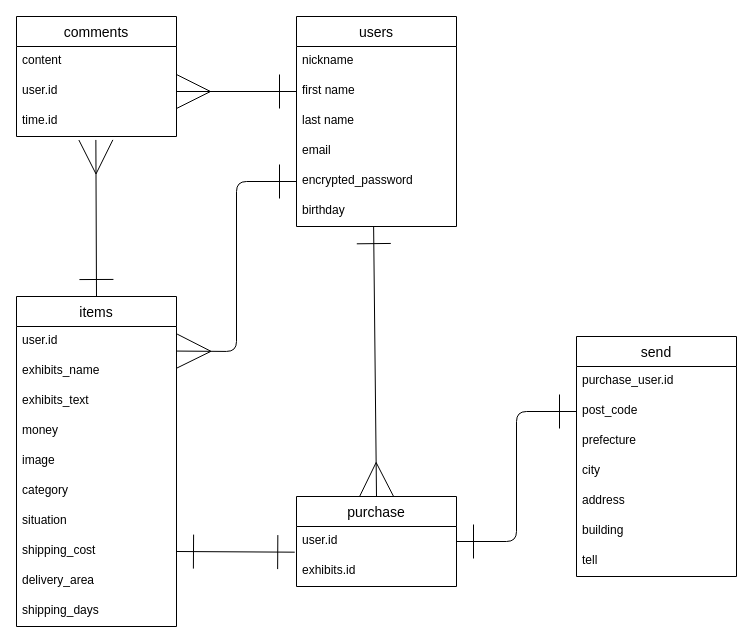
uratatamotsu/furima-38019 keeps this draw.io diagram as furima-38019.dio. Above is the earlier version. Source tidied: cells renumbered, new cells numbered last; positions are measured from the earlier drawing's top-left corner, leaving out a move shared by most shapes. Both pictures are drawn from the tidied source at 100%, with x=0, y=0 at pixel (16, 16).
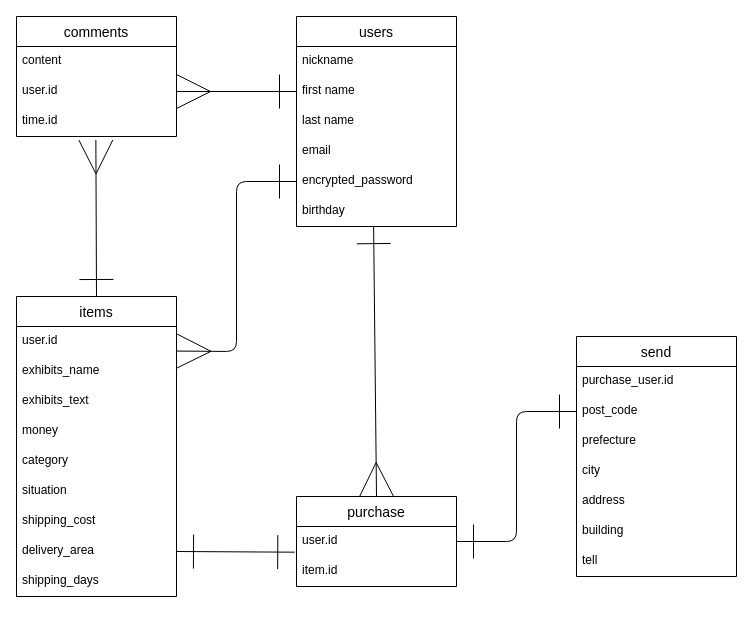
The same page after the edit.

The change refers to these unchanged cells:
```xml
<mxCell id="25" value="purchase" style="swimlane;fontStyle=0;horizontal=1;startSize=30;align=center;fontSize=14;" parent="1" vertex="1">
  <mxGeometry x="280" y="480" width="160" height="90" as="geometry" />
</mxCell>
```

The edit, as a diff of the source:
```diff
@@
     <mxCell id="3" value="items" style="swimlane;fontStyle=0;horizontal=1;startSize=30;align=center;fontSize=14;" parent="1" vertex="1">
-      <mxGeometry y="280" width="160" height="330" as="geometry" />
+      <mxGeometry y="280" width="160" height="300" as="geometry" />
     </mxCell>
@@
-    <mxCell id="8" value="image" style="text;strokeColor=none;fillColor=none;spacingLeft=4;spacingRight=4;overflow=hidden;fontSize=12;" parent="3" vertex="1">
-      <mxGeometry y="150" width="160" height="30" as="geometry" />
-    </mxCell>
     <mxCell id="9" value="category" style="text;strokeColor=none;fillColor=none;spacingLeft=4;spacingRight=4;overflow=hidden;fontSize=12;" parent="3" vertex="1">
-      <mxGeometry y="180" width="160" height="30" as="geometry" />
+      <mxGeometry y="150" width="160" height="30" as="geometry" />
     </mxCell>
     <mxCell id="10" value="situation" style="text;strokeColor=none;fillColor=none;spacingLeft=4;spacingRight=4;overflow=hidden;fontSize=12;" parent="3" vertex="1">
-      <mxGeometry y="210" width="160" height="30" as="geometry" />
+      <mxGeometry y="180" width="160" height="30" as="geometry" />
     </mxCell>
     <mxCell id="11" value="shipping_cost" style="text;strokeColor=none;fillColor=none;spacingLeft=4;spacingRight=4;overflow=hidden;points=[[0,0.5],[1,0.5]];portConstraint=eastwest;fontSize=12;" parent="3" vertex="1">
-      <mxGeometry y="240" width="160" height="30" as="geometry" />
+      <mxGeometry y="210" width="160" height="30" as="geometry" />
     </mxCell>
     <mxCell id="12" value="delivery_area" style="text;strokeColor=none;fillColor=none;spacingLeft=4;spacingRight=4;overflow=hidden;points=[[0,0.5],[1,0.5]];portConstraint=eastwest;fontSize=12;" parent="3" vertex="1">
-      <mxGeometry y="270" width="160" height="30" as="geometry" />
+      <mxGeometry y="240" width="160" height="30" as="geometry" />
     </mxCell>
     <mxCell id="13" value="shipping_days" style="text;strokeColor=none;fillColor=none;spacingLeft=4;spacingRight=4;overflow=hidden;fontSize=12;" parent="3" vertex="1">
-      <mxGeometry y="300" width="160" height="30" as="geometry" />
+      <mxGeometry y="270" width="160" height="30" as="geometry" />
     </mxCell>
@@
-    <mxCell id="27" value="exhibits.id" style="text;strokeColor=none;fillColor=none;spacingLeft=4;spacingRight=4;overflow=hidden;points=[[0,0.5],[1,0.5]];portConstraint=eastwest;fontSize=12;" parent="25" vertex="1">
+    <mxCell id="27" value="item.id" style="text;strokeColor=none;fillColor=none;spacingLeft=4;spacingRight=4;overflow=hidden;points=[[0,0.5],[1,0.5]];portConstraint=eastwest;fontSize=12;" parent="25" vertex="1">
       <mxGeometry y="60" width="160" height="30" as="geometry" />
     </mxCell>
@@
-    <mxCell id="38" style="edgeStyle=none;html=1;exitX=1;exitY=0.5;exitDx=0;exitDy=0;entryX=-0.011;entryY=-0.144;entryDx=0;entryDy=0;entryPerimeter=0;fontSize=14;startArrow=ERone;startFill=0;endArrow=ERone;endFill=0;startSize=32;endSize=32;strokeWidth=1;" parent="1" edge="1" source="11" target="27">
+    <mxCell id="38" style="edgeStyle=none;html=1;exitX=1;exitY=0.5;exitDx=0;exitDy=0;entryX=-0.011;entryY=-0.144;entryDx=0;entryDy=0;entryPerimeter=0;fontSize=14;startArrow=ERone;startFill=0;endArrow=ERone;endFill=0;startSize=32;endSize=32;strokeWidth=1;" parent="1" edge="1" source="12" target="27">
       <mxGeometry relative="1" as="geometry" />
     </mxCell>
```
